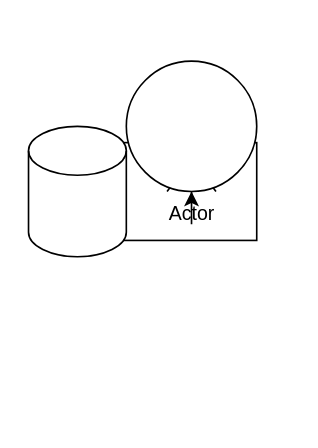
This is Diagram bez názvu.drawio from DavidBulawa98/CalendarApp, a draw.io file, before an edit. Source tidied: cells renumbered, new cells numbered last; positions are measured from the earlier drawing's top-left corner, leaving out a move shared by most shapes. Both pictures are drawn from the tidied source at 163%, with x=0, y=0 at pixel (28, 60).
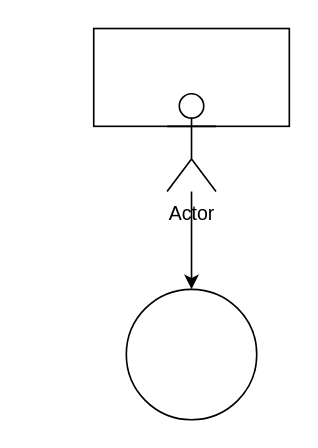
Above is the later version.

Diff of the diagram source:
```diff
@@
 <mxGraphModel>
   <root>
     <mxCell id="0" />
     <mxCell id="1" parent="0" />
     <mxCell id="2" style="rounded=0;whiteSpace=wrap;html=1;" parent="1" vertex="1">
-      <mxGeometry x="20" y="50" width="120" height="60" as="geometry" />
+      <mxGeometry x="40" y="-20" width="120" height="60" as="geometry" />
     </mxCell>
     <mxCell id="3" style="edgeStyle=orthogonalEdgeStyle;rounded=0;jettySize=auto;html=1;" parent="1" edge="1" source="4" target="5">
       <mxGeometry relative="1" as="geometry" />
     </mxCell>
     <mxCell id="4" value="Actor" style="shape=umlActor;verticalLabelPosition=bottom;verticalAlign=top;html=1;outlineConnect=0;" parent="1" vertex="1">
       <mxGeometry x="85" y="20" width="30" height="60" as="geometry" />
     </mxCell>
     <mxCell id="5" style="ellipse;whiteSpace=wrap;html=1;verticalAlign=top;" parent="1" vertex="1">
-      <mxGeometry x="60" width="80" height="80" as="geometry" />
+      <mxGeometry x="60" y="140" width="80" height="80" as="geometry" />
     </mxCell>
-    <mxCell id="6" style="shape=cylinder3;whiteSpace=wrap;html=1;boundedLbl=1;backgroundOutline=1;size=15;" parent="1" vertex="1">
-      <mxGeometry y="40" width="60" height="80" as="geometry" />
-    </mxCell>
   </root>
 </mxGraphModel>
```
